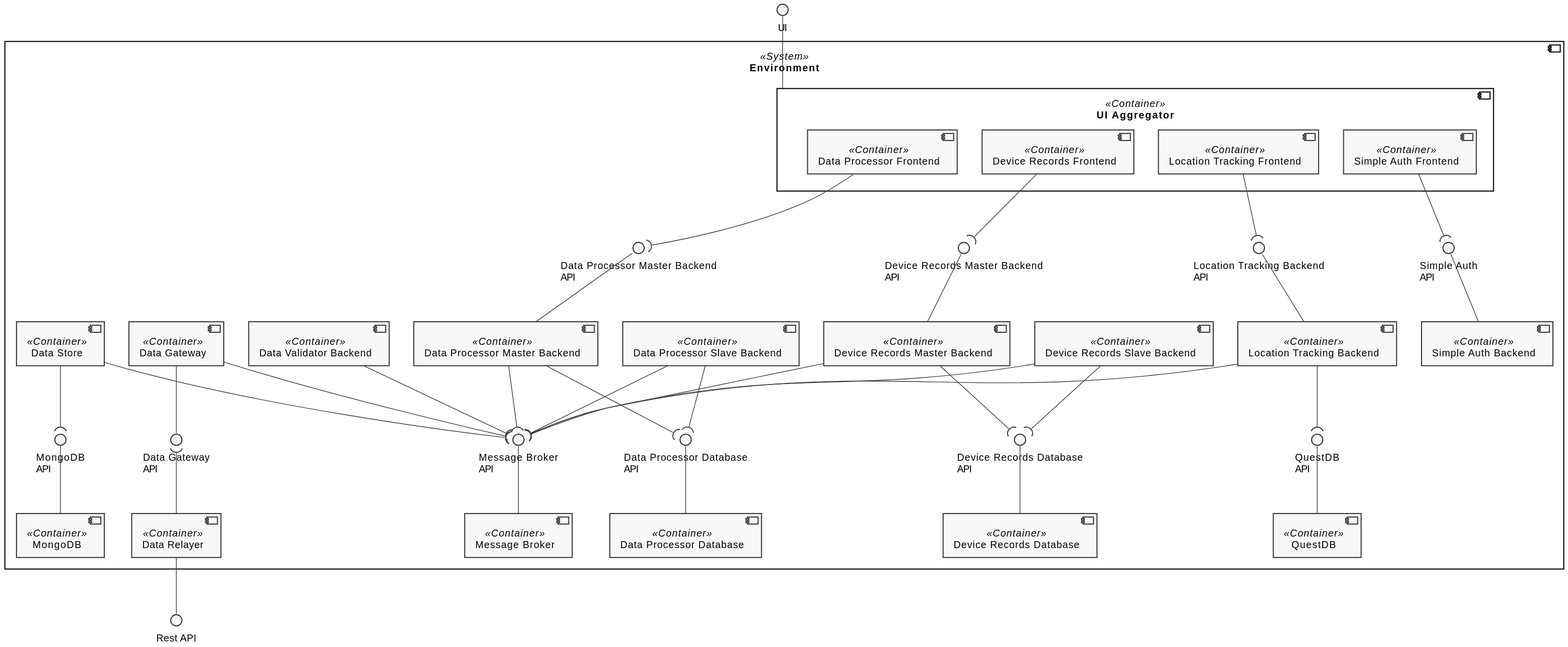
The PlantUML diagram docs/diagrams/logical-view-level2.svg in FilipeMCruz/sensae-console, before a commit.
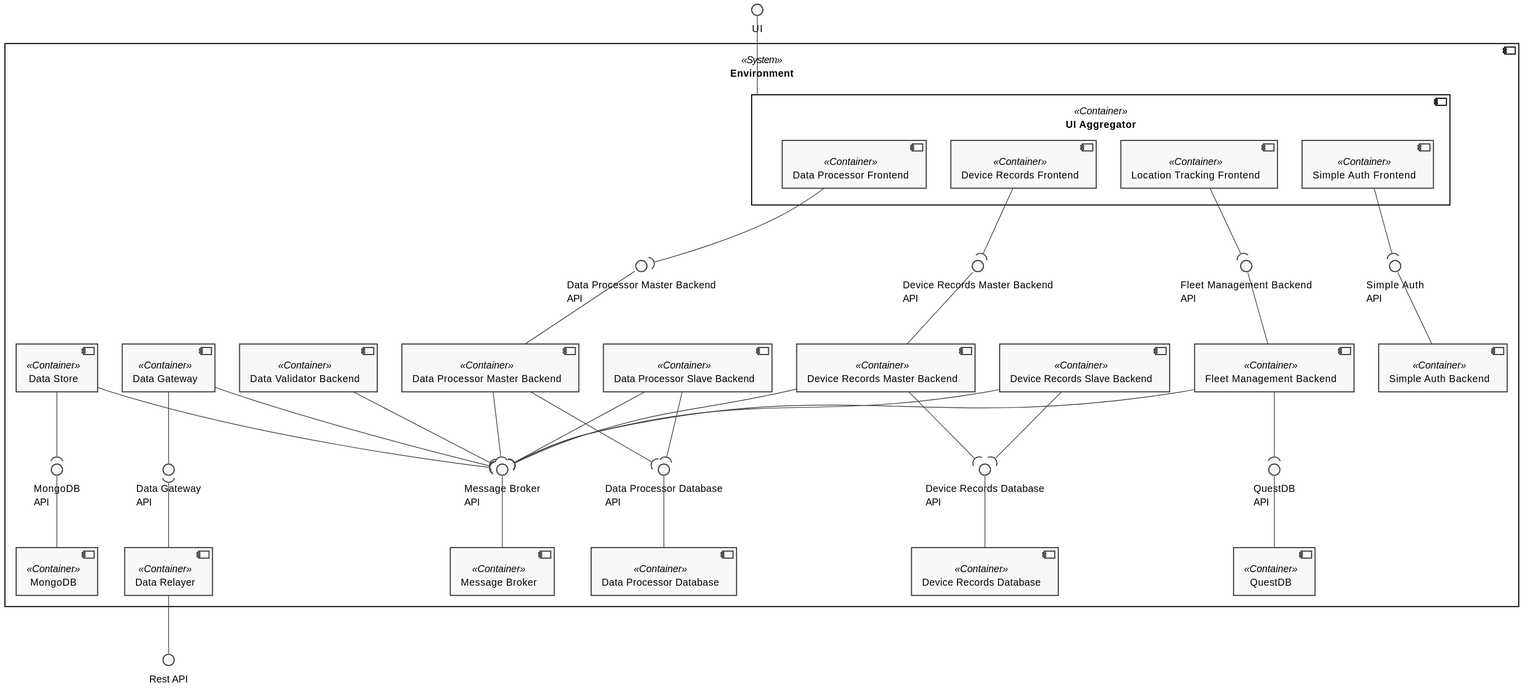
The same file after the commit.

The edit, as a diff of the source:
```diff
@@ -14,7 +14,7 @@
     component "Message Broker" as MB <<Container>>
     component "Device Records Master Backend" as DRB <<Container>>
     component "Device Records Slave Backend" as DRSB <<Container>>
-    component "Location Tracking Backend" as LTB <<Container>>
+    component "Fleet Management Backend" as LTB <<Container>>
     component "Data Gateway" as DDG <<Container>>
     component "Data Relayer" as DR <<Container>>
     component "UI Aggregator" as UIAG <<Container>> {
@@ -34,7 +34,7 @@
     component "Simple Auth Backend" as SAB <<Container>>
 
     interface "Message Broker\nAPI" as MB_API
-    interface "Location Tracking Backend\nAPI" as LTB_API
+    interface "Fleet Management Backend\nAPI" as LTB_API
     interface "Device Records Master Backend\nAPI" as DRB_API
     interface "Data Processor Master Backend\nAPI" as DPMB_API
     interface "Device Records Database\nAPI" as DRDB_API
```
